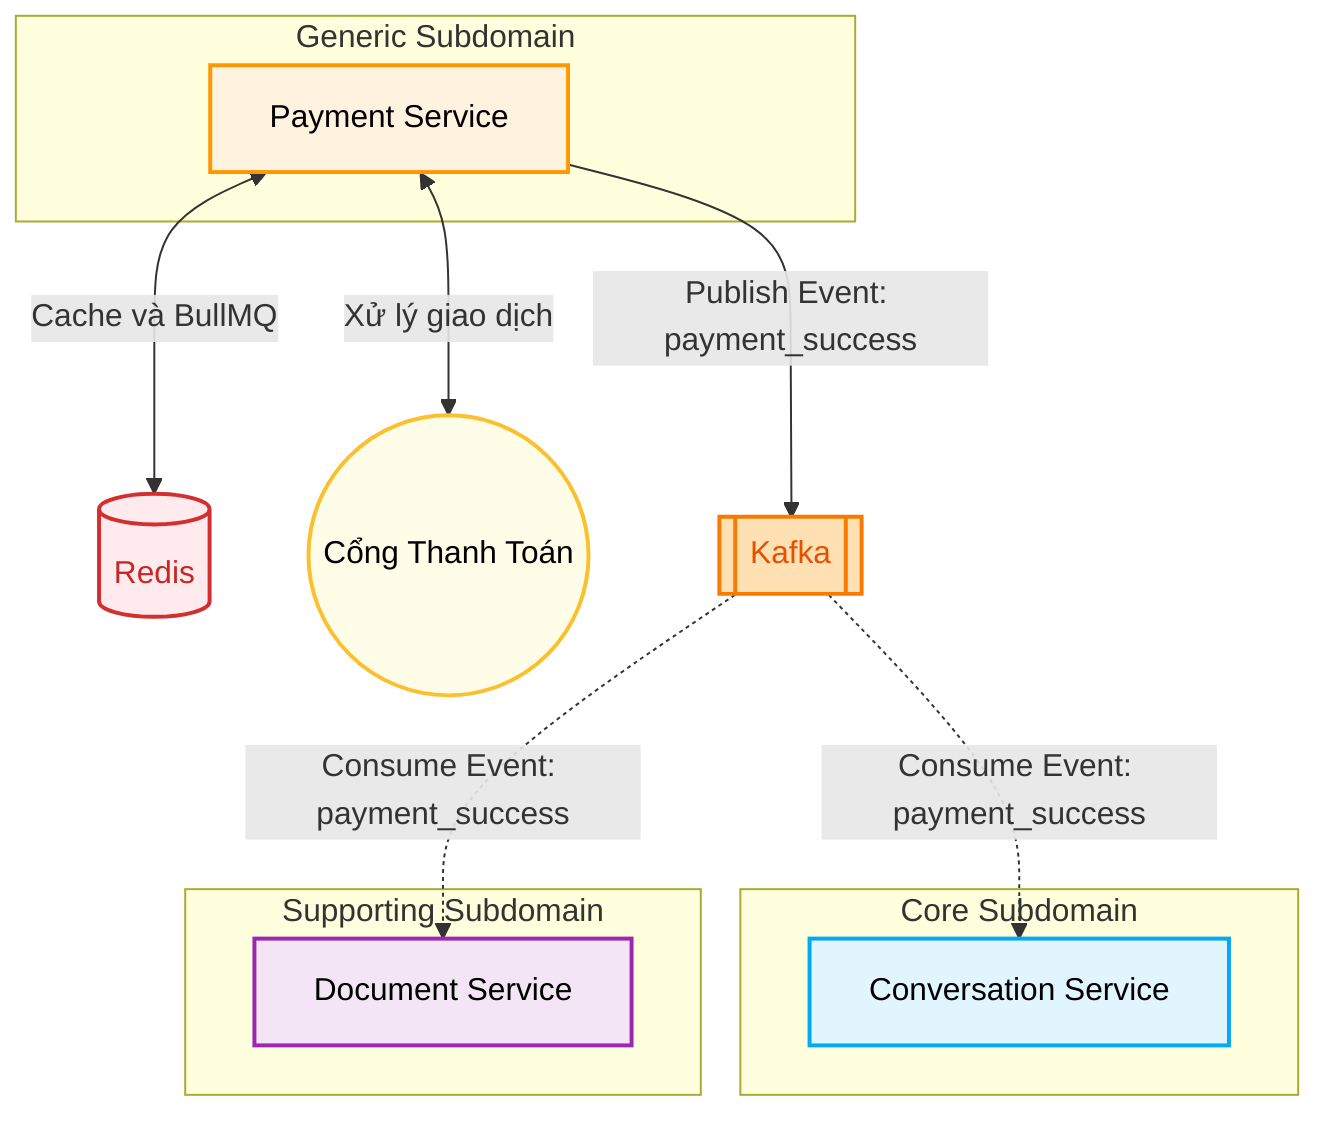
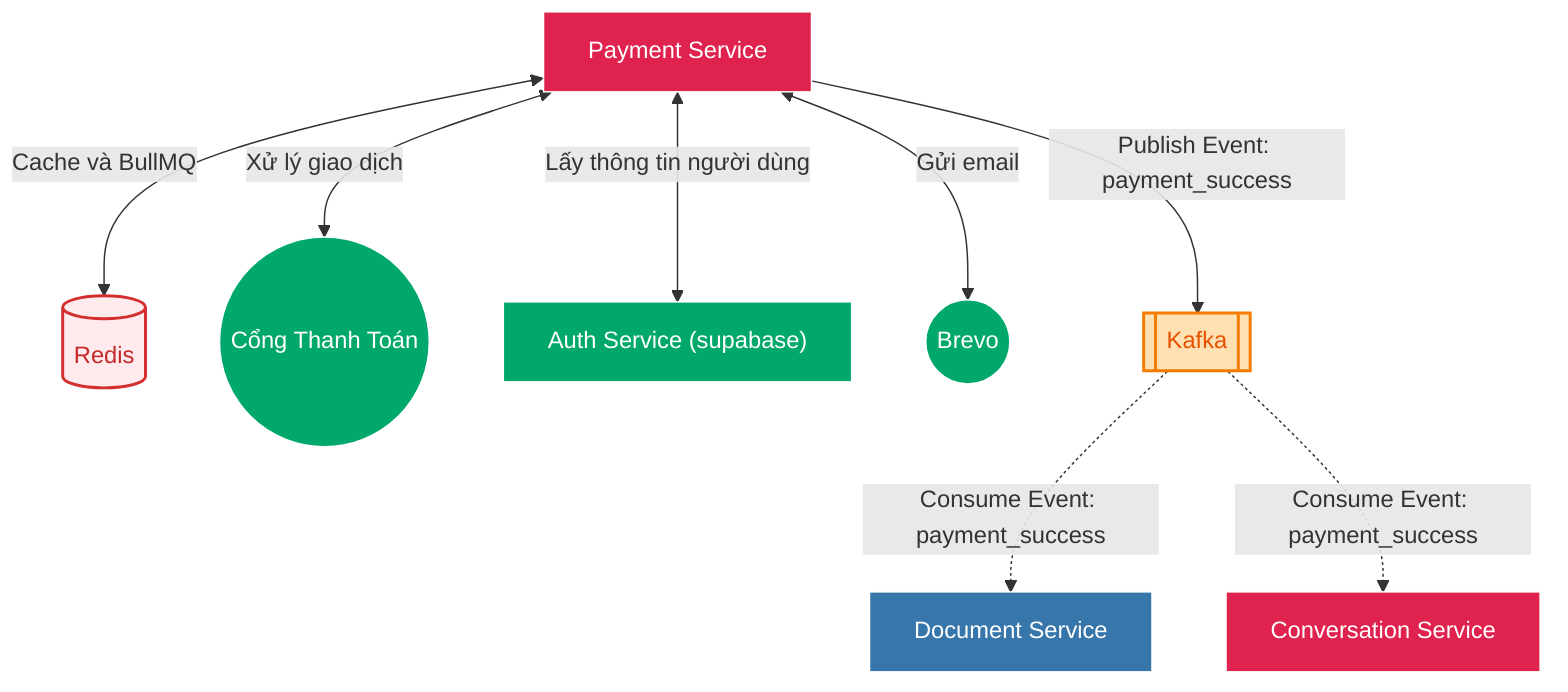
+ %% ==============================================================================
+ %% ==============================================================================
+ %% ==============================================================================
+ %% QUY ĐỊNH THỐNG NHẤT TRONG DỰ ÁN (Mermaid)
+ 
+ %% PHẦN TÀI LIỆU QUY ĐỊNH PHẢI GIỮ NGUYÊN Ở ĐẦU
+ %% PHẢI GIỮ ĐÚNG TÊN BIẾN, NẾU SƠ ĐỒ HIỆN TẠI KHÔNG ĐÚNG THÌ PHẢI SỬA LẠI
+ %% TRONG HỆ THỐNG CHỈ CÓ CONVERSATION VÀ PAYMENT LÀ internal_nest
+ %% KHI CÓ AI, LLM BÊN NGOÀI THÌ DÙNG external_service. Ví dụ: CloudflareAI(["Cloudflare Workers AI"]):::external_service
+ 
+ %% classDef external_service fill:#00a86b,stroke:#fff,stroke-width:1px,color:#fff
+ %% classDef internal_nest fill:#e0234e,stroke:#fff,stroke-width:1px,color:#fff
+ %% classDef internal_python fill:#3776ab,stroke:#fff,stroke-width:1px,color:#fff
+ 
+ %% classDef db_color fill:#e8f5e9,stroke:#4caf50,stroke-width:2px,color:#000
+ %% classDef vdb_color fill:#ffebee,stroke:#d32f2f,stroke-width:2px,color:#c62828
+ %% classDef file_db_color fill:#fffde7,stroke:#fbc02d,stroke-width:2px,color:#000
+ 
+ %% classDef client fill:#171717,stroke:#fff,stroke-width:2px,color:#fff
+ %% Client["Client (Next.js)"]:::client
+ %% classDef gateway fill:#003459,stroke:#fff,stroke-width:2px,color:#fff
+ %% Kong["Kong API Gateway"]:::gateway
+ 
+ %% classDef queue_color fill:#ffe0b2,stroke:#f57c00,stroke-width:2px,color:#e65100
+ %% Kafka[["Kafka"]]:::queue_color
+ %% RabbitMQ[["RabbitMQ"]]:::queue_color
+ 
+ %% style cache_color fill:#ffebee,stroke:#d32f2f,stroke-width:2px,color:#c62828
+ %% Redis[("Redis")]:::cache_color
+ 
+ %% classDef rtc fill:#1fd5f9,stroke:#fff,stroke-width:2px,color:#fff
+ %% LiveKit["LiveKit Server"]:::rtc
+ 
+ %% ==============================================================================
+ %% ==============================================================================
+ %% ==============================================================================
+ 
flowchart TD
-     %% Khai báo node theo thứ tự mong muốn xuất hiện
-     Redis[("Redis")]
-     PaymentGateway(("Cổng Thanh Toán"))
-     Broker[["Kafka"]]
+ %% Khai báo classDef chuẩn theo quy định
+ classDef external_service fill:#00a86b,stroke:#fff,stroke-width:1px,color:#fff
+ classDef internal_nest fill:#e0234e,stroke:#fff,stroke-width:1px,color:#fff
+ classDef internal_python fill:#3776ab,stroke:#fff,stroke-width:1px,color:#fff

-     subgraph CoreDomain [Core Subdomain]
-         ConversationService["Conversation Service"]
-     end
+ classDef queue_color fill:#ffe0b2,stroke:#f57c00,stroke-width:2px,color:#e65100
+ classDef cache_color fill:#ffebee,stroke:#d32f2f,stroke-width:2px,color:#c62828

-     subgraph SupportDomain [Supporting Subdomain]
-         DocumentService["Document Service"]
-     end
+ %% Khai báo node và gán class trực tiếp bằng :::
+ Redis[("Redis")]:::cache_color
+ PaymentGateway(("Cổng Thanh Toán")):::external_service
+ AuthService["Auth Service (supabase)"]:::external_service
+ Brevo(("Brevo")):::external_service
+ Kafka[["Kafka"]]:::queue_color

-     subgraph GenericDomain [Generic Subdomain]
-         PaymentService["Payment Service"]
-     end
+ %% subgraph CoreDomain [Core Subdomain]
+ ConversationService["Conversation Service"]:::internal_nest
+ %% end

-     %% Sắp xếp thứ tự các liên kết để định hình layout trái -> phải
-     PaymentService <-->|"Cache và BullMQ"| Redis
-     PaymentService <-->|"Xử lý giao dịch"| PaymentGateway
-     PaymentService -->|"Publish Event: payment_success"| Broker
+ %% subgraph SupportDomain [Supporting Subdomain]
+ DocumentService["Document Service"]:::internal_python
+ %% end

-     %% ConversationService <-->|"Event: Chat & Share"| Broker
+ %% subgraph GenericDomain [Generic Subdomain]
+ PaymentService["Payment Service"]:::internal_nest
+ %% end

-     Broker -.->|"Consume Event: payment_success"| DocumentService
-     Broker -.->|"Consume Event: payment_success"| ConversationService
+ %% Sắp xếp thứ tự các liên kết để định hình layout trái -> phải
+ PaymentService <-->|"Cache và BullMQ"| Redis
+ PaymentService <-->|"Xử lý giao dịch"| PaymentGateway
+ PaymentService <-->|"Lấy thông tin người dùng"| AuthService
+ PaymentService <-->|"Gửi email"| Brevo
+ PaymentService -->|"Publish Event: payment_success"| Kafka

-     classDef core fill:#e1f5fe,stroke:#03a9f4,stroke-width:2px,color:#000
-     classDef support fill:#f3e5f5,stroke:#9c27b0,stroke-width:2px,color:#000
-     classDef generic fill:#fff3e0,stroke:#ff9800,stroke-width:2px,color:#000
+ %% ConversationService <-->|"Event: Chat & Share"| Kafka

-     class ConversationService core
-     class DocumentService support
-     class PaymentService generic
- 
-     style Redis fill:#ffebee,stroke:#d32f2f,stroke-width:2px,color:#c62828
-     style Broker fill:#ffe0b2,stroke:#f57c00,stroke-width:2px,color:#e65100
-     style PaymentGateway fill:#fffde7,stroke:#fbc02d,stroke-width:2px,color:#000
+ Kafka -.->|"Consume Event: payment_success"| DocumentService
+ Kafka -.->|"Consume Event: payment_success"| ConversationService
